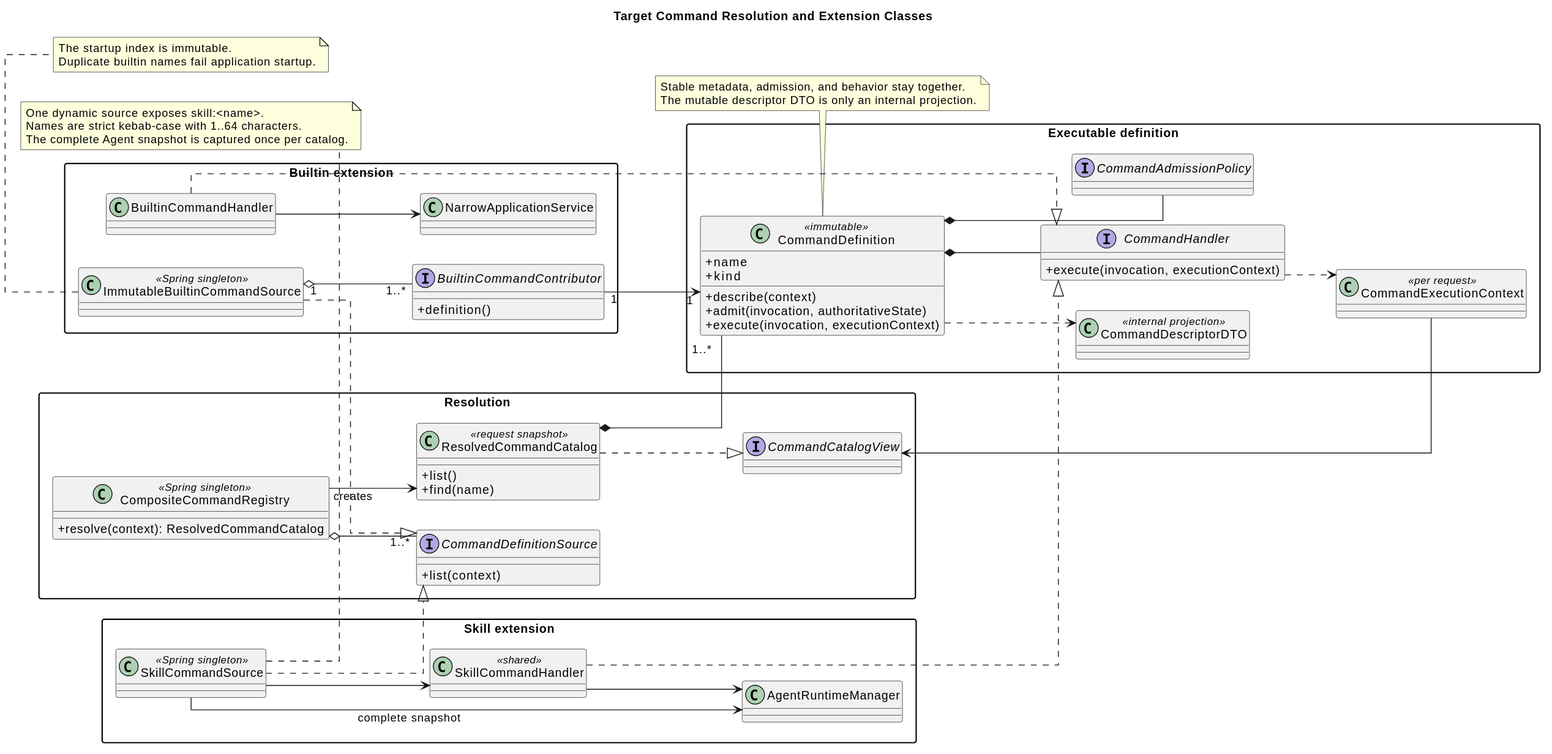
This is 04-命令与技能/00-Slash-Command通用模块/设计图/target_command_resolution_classes.svg from ssm0808/pi-mono-java-design, a PlantUML export, as it was before one commit.
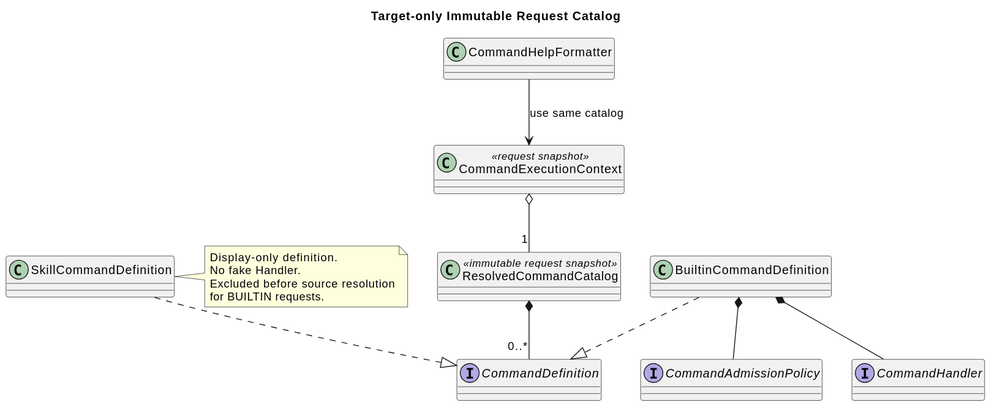
Above is the later version.

What changed in the source:
```diff
@@ -1,92 +1,25 @@
 @startuml
-title Target Command Resolution and Extension Classes
-left to right direction
-skinparam classAttributeIconSize 0
+title Target-only Immutable Request Catalog
 skinparam shadowing false
-skinparam linetype ortho
-skinparam packageStyle rectangle
-
-
-package "Resolution" {
-  interface CommandDefinitionSource {
-    +list(context)
-  }
-  class CompositeCommandRegistry <<Spring singleton>> {
-    +resolve(context): ResolvedCommandCatalog
-  }
-  interface CommandCatalogView
-  class ResolvedCommandCatalog <<request snapshot>> {
-    +list()
-    +find(name)
-  }
-}
-
-package "Executable definition" {
-  class CommandDefinition <<immutable>> {
-    +name
-    +kind
-    +describe(context)
-    +admit(invocation, authoritativeState)
-    +execute(invocation, executionContext)
-  }
-  class CommandDescriptorDTO <<internal projection>>
-  interface CommandAdmissionPolicy
-  interface CommandHandler {
-    +execute(invocation, executionContext)
-  }
-  class CommandExecutionContext <<per request>>
-}
-
-package "Builtin extension" {
-  class ImmutableBuiltinCommandSource <<Spring singleton>>
-  interface BuiltinCommandContributor {
-    +definition()
-  }
-  class BuiltinCommandHandler
-  class NarrowApplicationService
-}
-
-package "Skill extension" {
-  class SkillCommandSource <<Spring singleton>>
-  class SkillCommandHandler <<shared>>
-  class AgentRuntimeManager
-}
-
-CompositeCommandRegistry o-- "1..*" CommandDefinitionSource
-CompositeCommandRegistry --> ResolvedCommandCatalog : creates
-ResolvedCommandCatalog ..|> CommandCatalogView
-ResolvedCommandCatalog *-- "1..*" CommandDefinition
-
-ImmutableBuiltinCommandSource ..|> CommandDefinitionSource
-ImmutableBuiltinCommandSource "1" o-- "1..*" BuiltinCommandContributor
-BuiltinCommandContributor "1" --> "1" CommandDefinition
-CommandDefinition *-- CommandAdmissionPolicy
-CommandDefinition *-- CommandHandler
-CommandDefinition ..> CommandDescriptorDTO
-CommandHandler ..> CommandExecutionContext
-CommandExecutionContext --> CommandCatalogView
-
-BuiltinCommandHandler ..|> CommandHandler
-BuiltinCommandHandler --> NarrowApplicationService
-SkillCommandSource ..|> CommandDefinitionSource
-SkillCommandSource --> AgentRuntimeManager : complete snapshot
-SkillCommandSource --> SkillCommandHandler
-SkillCommandHandler ..|> CommandHandler
-SkillCommandHandler --> AgentRuntimeManager
-
-note bottom of ImmutableBuiltinCommandSource
-The startup index is immutable.
-Duplicate builtin names fail application startup.
-end note
-
-note bottom of SkillCommandSource
-One dynamic source exposes skill:<name>.
-Names are strict kebab-case with 1..64 characters.
-The complete Agent snapshot is captured once per catalog.
-end note
-
-note bottom of CommandDefinition
-Stable metadata, admission, and behavior stay together.
-The mutable descriptor DTO is only an internal projection.
+interface CommandDefinition
+class BuiltinCommandDefinition
+class SkillCommandDefinition
+interface CommandHandler
+interface CommandAdmissionPolicy
+class ResolvedCommandCatalog <<immutable request snapshot>>
+class CommandExecutionContext <<request snapshot>>
+class CommandHelpFormatter
+BuiltinCommandDefinition ..|> CommandDefinition
+SkillCommandDefinition ..|> CommandDefinition
+BuiltinCommandDefinition *-- CommandHandler
+BuiltinCommandDefinition *-- CommandAdmissionPolicy
+ResolvedCommandCatalog *-- "0..*" CommandDefinition
+CommandExecutionContext o-- "1" ResolvedCommandCatalog
+CommandHelpFormatter --> CommandExecutionContext : use same catalog
+note right of SkillCommandDefinition
+Display-only definition.
+No fake Handler.
+Excluded before source resolution
+for BUILTIN requests.
 end note
 @enduml
```
